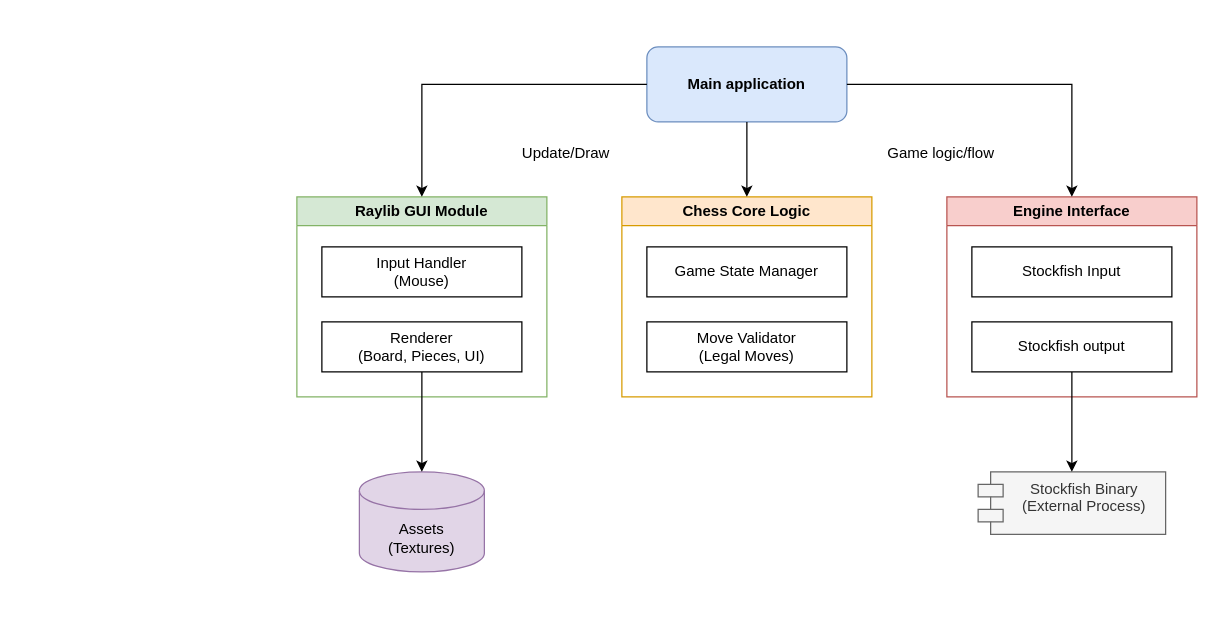
Earlier version of the draw.io diagram page "Architecture" (2 of 6) of UMLs/UML.drawio (Makar1y/chess-game-project). Source tidied: cells renumbered, new cells numbered last; positions are measured from the earlier drawing's top-left corner, leaving out a move shared by most shapes. Both pictures are drawn from the tidied source at 125%, with x=0, y=0 at pixel (296, 46).
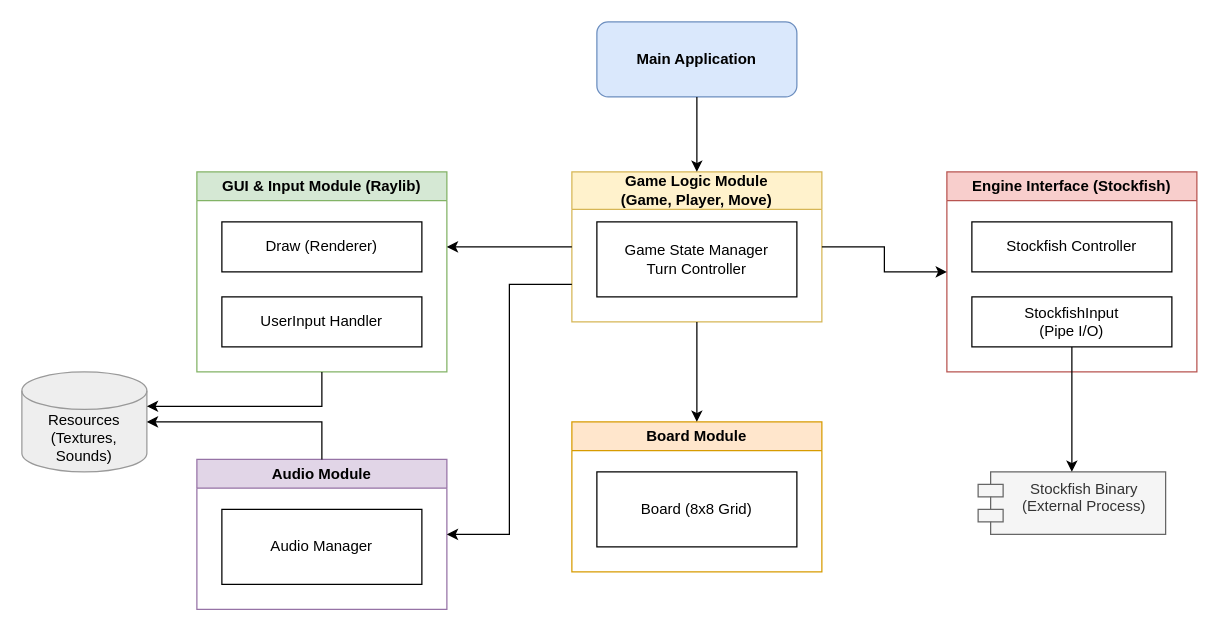
The same page after the edit.

The change refers to these unchanged cells:
```xml
<mxCell id="12" value="Stockfish Binary&#10;(External Process)" style="shape=module;align=left;spacingLeft=20;align=center;verticalAlign=top;whiteSpace=wrap;html=1;fillColor=#f5f5f5;fontColor=#333333;strokeColor=#666666;" parent="1" vertex="1">
  <mxGeometry x="545" y="340" width="150" height="50" as="geometry" />
</mxCell>
```

What changed in the source:
```diff
@@
-    <mxCell id="2" value="Main application" style="rounded=1;whiteSpace=wrap;html=1;fillColor=#dae8fc;strokeColor=#6c8ebf;fontStyle=1;" parent="1" vertex="1">
-      <mxGeometry x="280" width="160" height="60" as="geometry" />
-    </mxCell>
-    <mxCell id="3" value="Raylib GUI Module" style="swimlane;whiteSpace=wrap;html=1;fillColor=#d5e8d4;strokeColor=#82b366;" parent="1" vertex="1">
-      <mxGeometry y="120" width="200" height="160" as="geometry" />
-    </mxCell>
-    <mxCell id="4" value="Renderer&#10;(Board, Pieces, UI)" style="rounded=0;whiteSpace=wrap;html=1;" parent="3" vertex="1">
-      <mxGeometry x="20" y="100" width="160" height="40" as="geometry" />
-    </mxCell>
-    <mxCell id="5" value="Input Handler&lt;br&gt;(Mouse)" style="rounded=0;whiteSpace=wrap;html=1;" parent="3" vertex="1">
-      <mxGeometry x="20" y="40" width="160" height="40" as="geometry" />
-    </mxCell>
-    <mxCell id="6" value="Chess Core Logic" style="swimlane;whiteSpace=wrap;html=1;fillColor=#ffe6cc;strokeColor=#d79b00;" parent="1" vertex="1">
-      <mxGeometry x="260" y="120" width="200" height="160" as="geometry" />
-    </mxCell>
-    <mxCell id="7" value="Game State Manager" style="rounded=0;whiteSpace=wrap;html=1;" parent="6" vertex="1">
-      <mxGeometry x="20" y="40" width="160" height="40" as="geometry" />
-    </mxCell>
-    <mxCell id="8" value="Move Validator&#10;(Legal Moves)" style="rounded=0;whiteSpace=wrap;html=1;" parent="6" vertex="1">
-      <mxGeometry x="20" y="100" width="160" height="40" as="geometry" />
-    </mxCell>
-    <mxCell id="9" value="Engine Interface" style="swimlane;whiteSpace=wrap;html=1;fillColor=#f8cecc;strokeColor=#b85450;" parent="1" vertex="1">
-      <mxGeometry x="520" y="120" width="200" height="160" as="geometry" />
-    </mxCell>
-    <mxCell id="10" value="Stockfish Input" style="rounded=0;whiteSpace=wrap;html=1;" parent="9" vertex="1">
-      <mxGeometry x="20" y="40" width="160" height="40" as="geometry" />
-    </mxCell>
-    <mxCell id="11" value="&lt;div&gt;Stockfish output&lt;/div&gt;" style="rounded=0;whiteSpace=wrap;html=1;" parent="9" vertex="1">
-      <mxGeometry x="20" y="100" width="160" height="40" as="geometry" />
-    </mxCell>
+    <mxCell id="21" value="Main Application" style="rounded=1;whiteSpace=wrap;html=1;fillColor=#dae8fc;strokeColor=#6c8ebf;fontStyle=1;" parent="1" vertex="1">
+      <mxGeometry x="240" y="-20" width="160" height="60" as="geometry" />
+    </mxCell>
+    <mxCell id="22" value="Game Logic Module&#10;(Game, Player, Move)" style="swimlane;whiteSpace=wrap;html=1;fillColor=#fff2cc;strokeColor=#d6b656;startSize=30;" parent="1" vertex="1">
+      <mxGeometry x="220" y="100" width="200" height="120" as="geometry" />
+    </mxCell>
+    <mxCell id="23" value="Game State Manager&#10;Turn Controller" style="rounded=0;whiteSpace=wrap;html=1;" parent="22" vertex="1">
+      <mxGeometry x="20" y="40" width="160" height="60" as="geometry" />
+    </mxCell>
+    <mxCell id="24" value="GUI &amp;amp; Input Module (Raylib)" style="swimlane;whiteSpace=wrap;html=1;fillColor=#d5e8d4;strokeColor=#82b366;" parent="1" vertex="1">
+      <mxGeometry x="-80" y="100" width="200" height="160" as="geometry" />
+    </mxCell>
+    <mxCell id="25" value="Draw (Renderer)" style="rounded=0;whiteSpace=wrap;html=1;" parent="24" vertex="1">
+      <mxGeometry x="20" y="40" width="160" height="40" as="geometry" />
+    </mxCell>
+    <mxCell id="26" value="UserInput Handler" style="rounded=0;whiteSpace=wrap;html=1;" parent="24" vertex="1">
+      <mxGeometry x="20" y="100" width="160" height="40" as="geometry" />
+    </mxCell>
+    <mxCell id="27" value="Engine Interface (Stockfish)" style="swimlane;whiteSpace=wrap;html=1;fillColor=#f8cecc;strokeColor=#b85450;" parent="1" vertex="1">
+      <mxGeometry x="520" y="100" width="200" height="160" as="geometry" />
+    </mxCell>
+    <mxCell id="28" value="Stockfish Controller" style="rounded=0;whiteSpace=wrap;html=1;" parent="27" vertex="1">
+      <mxGeometry x="20" y="40" width="160" height="40" as="geometry" />
+    </mxCell>
+    <mxCell id="29" value="StockfishInput&#10;(Pipe I/O)" style="rounded=0;whiteSpace=wrap;html=1;" parent="27" vertex="1">
+      <mxGeometry x="20" y="100" width="160" height="40" as="geometry" />
+    </mxCell>
+    <mxCell id="30" value="Board Module" style="swimlane;whiteSpace=wrap;html=1;fillColor=#ffe6cc;strokeColor=#d79b00;" parent="1" vertex="1">
+      <mxGeometry x="220" y="300" width="200" height="120" as="geometry" />
+    </mxCell>
+    <mxCell id="31" value="Board (8x8 Grid)" style="rounded=0;whiteSpace=wrap;html=1;" parent="30" vertex="1">
+      <mxGeometry x="20" y="40" width="160" height="60" as="geometry" />
+    </mxCell>
+    <mxCell id="32" value="Audio Module" style="swimlane;whiteSpace=wrap;html=1;fillColor=#e1d5e7;strokeColor=#9673a6;" parent="1" vertex="1">
+      <mxGeometry x="-80" y="330" width="200" height="120" as="geometry" />
+    </mxCell>
+    <mxCell id="33" value="Audio Manager" style="rounded=0;whiteSpace=wrap;html=1;" parent="32" vertex="1">
+      <mxGeometry x="20" y="40" width="160" height="60" as="geometry" />
+    </mxCell>
@@
-    <mxCell id="13" value="Assets&lt;br&gt;(Textures)" style="shape=cylinder3;whiteSpace=wrap;html=1;boundedLbl=1;backgroundOutline=1;size=15;fillColor=#e1d5e7;strokeColor=#9673a6;" parent="1" vertex="1">
-      <mxGeometry x="50" y="340" width="100" height="80" as="geometry" />
-    </mxCell>
-    <mxCell id="14" style="edgeStyle=orthogonalEdgeStyle;rounded=0;jettySize=auto;html=1;entryX=0.5;entryY=0;entryDx=0;entryDy=0;" parent="1" edge="1" source="2" target="3">
-      <mxGeometry relative="1" as="geometry" />
-    </mxCell>
-    <mxCell id="15" style="edgeStyle=orthogonalEdgeStyle;rounded=0;jettySize=auto;html=1;entryX=0.5;entryY=0;entryDx=0;entryDy=0;" parent="1" edge="1" source="2" target="6">
-      <mxGeometry relative="1" as="geometry" />
-    </mxCell>
-    <mxCell id="16" style="edgeStyle=orthogonalEdgeStyle;rounded=0;jettySize=auto;html=1;entryX=0.5;entryY=0;entryDx=0;entryDy=0;" parent="1" edge="1" source="2" target="9">
-      <mxGeometry relative="1" as="geometry" />
-    </mxCell>
-    <mxCell id="17" style="edgeStyle=orthogonalEdgeStyle;rounded=0;jettySize=auto;html=1;exitX=0.5;exitY=1;exitDx=0;exitDy=0;entryX=0.5;entryY=0;entryDx=0;entryDy=0;" parent="1" edge="1" source="11" target="12">
-      <mxGeometry relative="1" as="geometry" />
-    </mxCell>
-    <mxCell id="18" style="edgeStyle=orthogonalEdgeStyle;rounded=0;jettySize=auto;html=1;exitX=0.5;exitY=1;exitDx=0;exitDy=0;entryX=0.5;entryY=0;entryDx=0;entryDy=0;entryPerimeter=0;" parent="1" edge="1" source="4" target="13">
-      <mxGeometry relative="1" as="geometry" />
-    </mxCell>
-    <mxCell id="19" value="Update/Draw" style="text;html=1;align=center;verticalAlign=middle;strokeColor=none;fillColor=none;" parent="1" vertex="1">
-      <mxGeometry x="170" y="70" width="90" height="30" as="geometry" />
-    </mxCell>
-    <mxCell id="20" value="Game logic/flow" style="text;html=1;align=center;verticalAlign=middle;strokeColor=none;fillColor=none;" parent="1" vertex="1">
-      <mxGeometry x="460" y="70" width="110" height="30" as="geometry" />
-    </mxCell>
+    <mxCell id="34" value="Resources&#10;(Textures, Sounds)" style="shape=cylinder3;whiteSpace=wrap;html=1;boundedLbl=1;backgroundOutline=1;size=15;fillColor=#eeeeee;strokeColor=#999999;" parent="1" vertex="1">
+      <mxGeometry x="-220" y="260" width="100" height="80" as="geometry" />
+    </mxCell>
+    <mxCell id="35" style="edgeStyle=orthogonalEdgeStyle;rounded=0;html=1;exitX=0.5;exitY=1;exitDx=0;exitDy=0;entryX=0.5;entryY=0;entryDx=0;entryDy=0;" parent="1" edge="1" source="21" target="22">
+      <mxGeometry relative="1" as="geometry" />
+    </mxCell>
+    <mxCell id="36" style="edgeStyle=orthogonalEdgeStyle;rounded=0;html=1;exitX=0;exitY=0.5;exitDx=0;exitDy=0;" parent="1" edge="1" source="22">
+      <mxGeometry relative="1" as="geometry">
+        <mxPoint x="120" y="160" as="targetPoint" />
+        <Array as="points">
+          <mxPoint x="150" y="160" />
+          <mxPoint x="150" y="160" />
+        </Array>
+      </mxGeometry>
+    </mxCell>
+    <mxCell id="37" style="edgeStyle=orthogonalEdgeStyle;rounded=0;html=1;exitX=1;exitY=0.5;exitDx=0;exitDy=0;entryX=0;entryY=0.5;entryDx=0;entryDy=0;" parent="1" edge="1" source="22" target="27">
+      <mxGeometry relative="1" as="geometry" />
+    </mxCell>
+    <mxCell id="38" style="edgeStyle=orthogonalEdgeStyle;rounded=0;html=1;exitX=0.5;exitY=1;exitDx=0;exitDy=0;entryX=0.5;entryY=0;entryDx=0;entryDy=0;" parent="1" edge="1" source="22" target="30">
+      <mxGeometry relative="1" as="geometry" />
+    </mxCell>
+    <mxCell id="39" style="edgeStyle=orthogonalEdgeStyle;rounded=0;html=1;exitX=0;exitY=0.75;exitDx=0;exitDy=0;entryX=1;entryY=0.5;entryDx=0;entryDy=0;" parent="1" edge="1" source="22" target="32">
+      <mxGeometry relative="1" as="geometry">
+        <Array as="points">
+          <mxPoint x="170" y="190" />
+          <mxPoint x="170" y="390" />
+        </Array>
+      </mxGeometry>
+    </mxCell>
+    <mxCell id="40" style="edgeStyle=orthogonalEdgeStyle;rounded=0;html=1;exitX=0.5;exitY=1;exitDx=0;exitDy=0;entryX=0.5;entryY=0;entryDx=0;entryDy=0;" parent="1" edge="1" source="29" target="12">
+      <mxGeometry relative="1" as="geometry" />
+    </mxCell>
+    <mxCell id="41" style="edgeStyle=orthogonalEdgeStyle;rounded=0;html=1;exitX=0.5;exitY=1;exitDx=0;exitDy=0;entryX=1;entryY=0;entryDx=0;entryDy=27.5;entryPerimeter=0;" parent="1" edge="1" source="24" target="34">
+      <mxGeometry relative="1" as="geometry">
+        <Array as="points">
+          <mxPoint x="20" y="287" />
+        </Array>
+      </mxGeometry>
+    </mxCell>
+    <mxCell id="42" style="edgeStyle=orthogonalEdgeStyle;rounded=0;html=1;exitX=0.5;exitY=0;exitDx=0;exitDy=0;entryX=1;entryY=0.5;entryDx=0;entryDy=0;entryPerimeter=0;" parent="1" edge="1" source="32" target="34">
+      <mxGeometry relative="1" as="geometry">
+        <Array as="points">
+          <mxPoint x="20" y="300" />
+        </Array>
+      </mxGeometry>
+    </mxCell>
```
